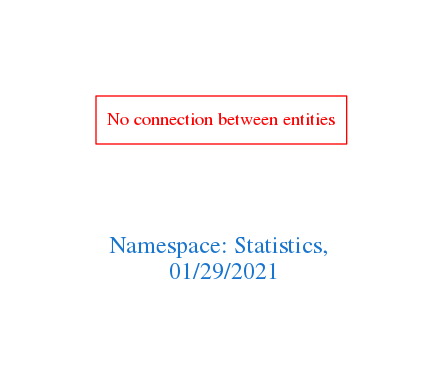
Earlier version of the Graphviz export downloads/Statistics.png (arago/OGIT). Its source is kept beside it as downloads/Statistics.dot.
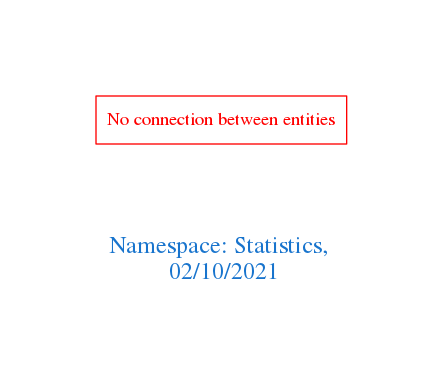
Later version of the same file.

Diff of the diagram source:
```diff
@@ -1,7 +1,7 @@
 digraph OGIT_ontology {
  graph [ rankdir= LR,pad=1
 fontsize = 18,
-fontcolor= dodgerblue3,label = "\n\n\nNamespace: Statistics, \n 01/29/2021"];
+fontcolor= dodgerblue3,label = "\n\n\nNamespace: Statistics, \n 02/10/2021"];
 node[shape=polygon];
 edge [  color="gray81"];
 
```
